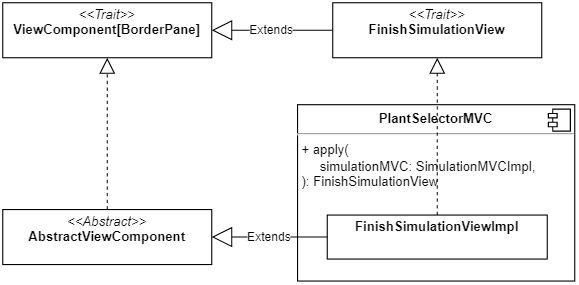
The draw.io diagram docs/img/finish_simulation_view.png in AnnaVitali/PPS-22-smartgh, before a commit. Source tidied: cells renumbered, new cells last; positions are measured from the earlier drawing's top-left corner, leaving out a move shared by most shapes.
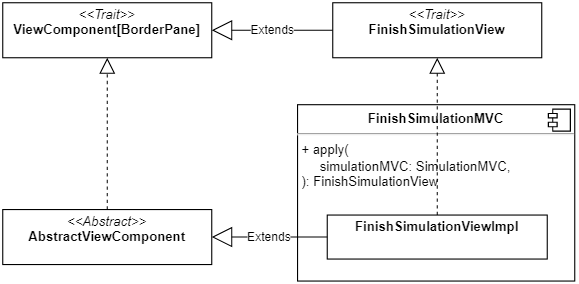
After the commit.

Change to the diagram source:
```diff
@@ -2,7 +2,7 @@
   <root>
     <mxCell id="0" />
     <mxCell id="1" parent="0" />
-    <mxCell id="2" value="&lt;p style=&quot;margin:0px;margin-top:6px;text-align:center;&quot;&gt;&lt;b&gt;PlantSelectorMVC&lt;/b&gt;&lt;br&gt;&lt;/p&gt;&lt;hr&gt;&lt;p style=&quot;margin: 0px 0px 0px 4px;&quot;&gt;+ apply(&lt;/p&gt;&lt;p style=&quot;margin: 0px 0px 0px 4px;&quot;&gt;&lt;span style=&quot;background-color: initial;&quot;&gt;&amp;nbsp; &amp;nbsp; &amp;nbsp;simulationMVC: SimulationMVCImpl,&lt;/span&gt;&lt;/p&gt;&lt;p style=&quot;margin: 0px 0px 0px 4px;&quot;&gt;&lt;span style=&quot;&quot;&gt;&lt;/span&gt;): FinishSimulationView&lt;/p&gt;" style="align=left;overflow=fill;html=1;fillColor=default;" parent="1" vertex="1">
+    <mxCell id="2" value="&lt;p style=&quot;margin:0px;margin-top:6px;text-align:center;&quot;&gt;&lt;b&gt;FinishSimulationMVC&lt;/b&gt;&lt;br&gt;&lt;/p&gt;&lt;hr&gt;&lt;p style=&quot;margin: 0px 0px 0px 4px;&quot;&gt;+ apply(&lt;/p&gt;&lt;p style=&quot;margin: 0px 0px 0px 4px;&quot;&gt;&lt;span style=&quot;background-color: initial;&quot;&gt;&amp;nbsp; &amp;nbsp; &amp;nbsp;simulationMVC: SimulationMVC,&lt;/span&gt;&lt;/p&gt;&lt;p style=&quot;margin: 0px 0px 0px 4px;&quot;&gt;&lt;span style=&quot;&quot;&gt;&lt;/span&gt;): FinishSimulationView&lt;/p&gt;" style="align=left;overflow=fill;html=1;fillColor=default;" parent="1" vertex="1">
       <mxGeometry x="268" y="92.7" width="252" height="160.3" as="geometry" />
     </mxCell>
     <mxCell id="3" style="shape=component;jettyWidth=8;jettyHeight=4;fillColor=default;" parent="2" vertex="1">
```
